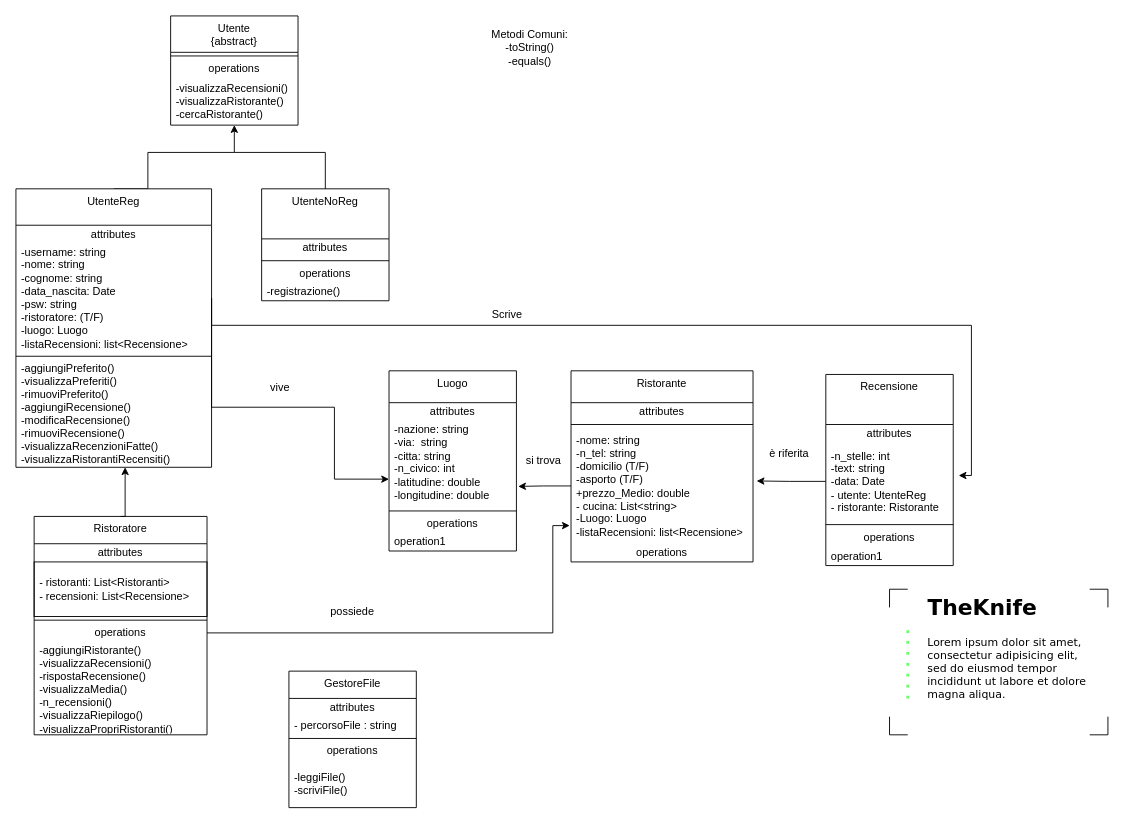
Earlier version of the draw.io diagram doc/UML.drawio (Tommaso-Ossuzio/TheKnife). Source tidied: cells renumbered, new cells numbered last; positions are measured from the earlier drawing's top-left corner, leaving out a move shared by most shapes. Both pictures are drawn from the tidied source at 91%, with x=0, y=0 at pixel (15, 15).
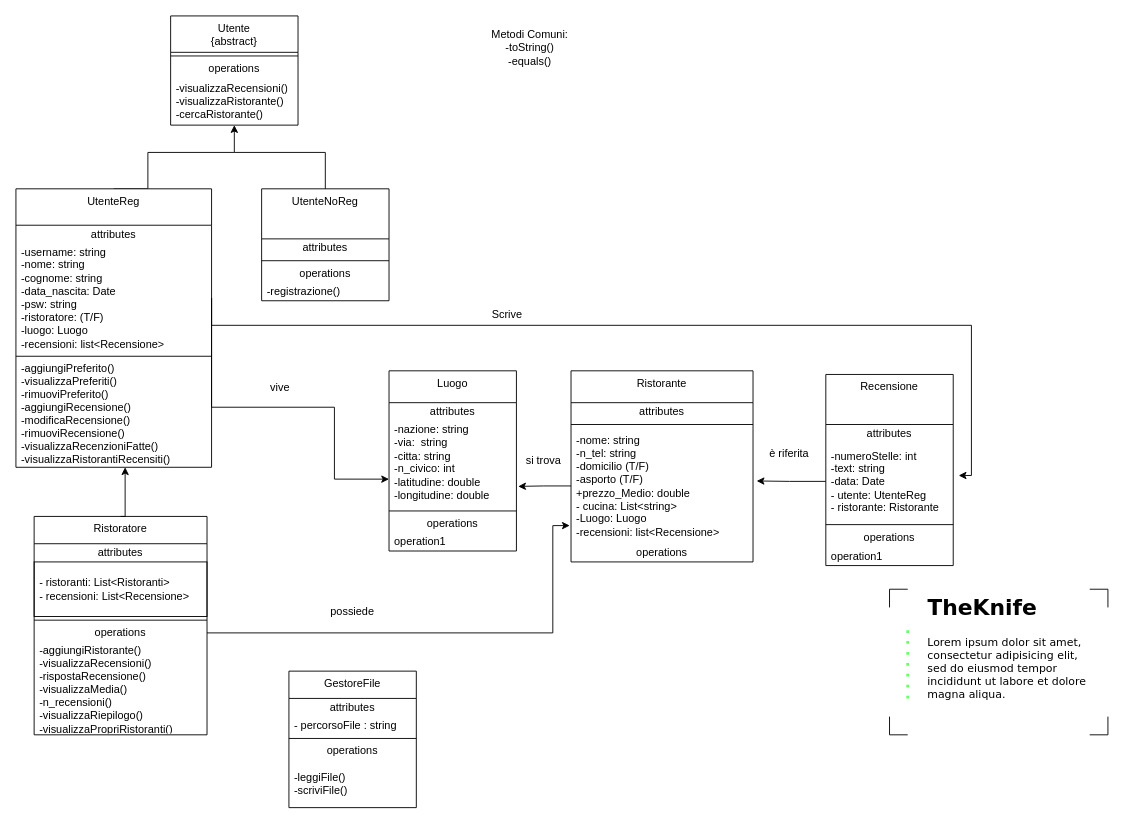
The same page after the edit.

Commit message (it also covers changes not shown here):
Implementazione metodi modificaRecensioni(), visualizzaRecensioni(),rimuoviRecensioni(),aggiungiRecensione(), creazione classe ristoratore

The change refers to these unchanged cells:
```xml
<mxCell id="9" value="Ristorante" style="swimlane;fontStyle=0;align=center;verticalAlign=top;horizontal=1;startSize=35;html=1;whiteSpace=wrap;" parent="1" vertex="1">
  <mxGeometry x="610" y="390" width="200" height="210" as="geometry" />
</mxCell>
<mxCell id="20" value="Recensione" style="swimlane;fontStyle=0;align=center;verticalAlign=top;horizontal=1;startSize=55;html=1;whiteSpace=wrap;" parent="1" vertex="1">
  <mxGeometry x="890" y="394" width="140" height="210" as="geometry" />
</mxCell>
<mxCell id="31" value="UtenteReg" style="swimlane;fontStyle=0;align=center;verticalAlign=top;horizontal=1;startSize=40;html=1;whiteSpace=wrap;" parent="1" vertex="1">
  <mxGeometry y="190" width="215" height="306" as="geometry" />
</mxCell>
```

Diff of the diagram source:
```diff
@@
-    <mxCell id="12" value="&lt;span style=&quot;background-color: transparent;&quot;&gt;-nome: string&lt;/span&gt;&lt;br&gt;&lt;div&gt;&lt;div&gt;-n_tel: string&lt;/div&gt;&lt;div&gt;-domicilio (T/F)&lt;/div&gt;&lt;div&gt;&lt;span style=&quot;background-color: transparent; color: light-dark(rgb(0, 0, 0), rgb(255, 255, 255));&quot;&gt;-asporto&amp;nbsp;&lt;/span&gt;&lt;span style=&quot;background-color: transparent; color: light-dark(rgb(0, 0, 0), rgb(255, 255, 255));&quot;&gt;(T/F)&lt;/span&gt;&lt;/div&gt;&lt;div&gt;+prezzo_Medio: double&lt;/div&gt;&lt;/div&gt;&lt;div&gt;- cucina: List&amp;lt;string&amp;gt;&lt;/div&gt;&lt;div&gt;-Luogo: Luogo&lt;/div&gt;-listaRecensioni: list&amp;lt;Recensione&amp;gt;" style="text;html=1;strokeColor=none;fillColor=none;align=left;verticalAlign=middle;spacingLeft=4;spacingRight=4;overflow=hidden;points=[[0,0.5],[1,0.5]];portConstraint=eastwest;whiteSpace=wrap;" parent="9" vertex="1">
+    <mxCell id="12" value="&lt;span style=&quot;background-color: transparent;&quot;&gt;-nome: string&lt;/span&gt;&lt;br&gt;&lt;div&gt;&lt;div&gt;-n_tel: string&lt;/div&gt;&lt;div&gt;-domicilio (T/F)&lt;/div&gt;&lt;div&gt;&lt;span style=&quot;background-color: transparent; color: light-dark(rgb(0, 0, 0), rgb(255, 255, 255));&quot;&gt;-asporto&amp;nbsp;&lt;/span&gt;&lt;span style=&quot;background-color: transparent; color: light-dark(rgb(0, 0, 0), rgb(255, 255, 255));&quot;&gt;(T/F)&lt;/span&gt;&lt;/div&gt;&lt;div&gt;+prezzo_Medio: double&lt;/div&gt;&lt;/div&gt;&lt;div&gt;- cucina: List&amp;lt;string&amp;gt;&lt;/div&gt;&lt;div&gt;-Luogo: Luogo&lt;/div&gt;-recensioni: list&amp;lt;Recensione&amp;gt;" style="text;html=1;strokeColor=none;fillColor=none;align=left;verticalAlign=middle;spacingLeft=4;spacingRight=4;overflow=hidden;points=[[0,0.5],[1,0.5]];portConstraint=eastwest;whiteSpace=wrap;" parent="9" vertex="1">
       <mxGeometry y="63" width="200" height="127" as="geometry" />
     </mxCell>
@@
-    <mxCell id="22" value="&lt;font color=&quot;#000000&quot; style=&quot;color: light-dark(rgb(0, 0, 0), rgb(255, 255, 255));&quot;&gt;-n_stelle: int&lt;/font&gt;&lt;div&gt;&lt;font color=&quot;#000000&quot; style=&quot;color: light-dark(rgb(0, 0, 0), rgb(255, 255, 255));&quot;&gt;-text: string&amp;nbsp;&lt;/font&gt;&lt;/div&gt;&lt;div&gt;&lt;font color=&quot;#000000&quot; style=&quot;color: light-dark(rgb(0, 0, 0), rgb(255, 255, 255));&quot;&gt;-data: Date&lt;/font&gt;&lt;/div&gt;&lt;div&gt;&lt;font color=&quot;#000000&quot; style=&quot;color: light-dark(rgb(0, 0, 0), rgb(255, 255, 255));&quot;&gt;- utente: UtenteReg&lt;/font&gt;&lt;/div&gt;&lt;div&gt;&lt;font color=&quot;#000000&quot; style=&quot;color: light-dark(rgb(0, 0, 0), rgb(255, 255, 255));&quot;&gt;- ristorante: Ristorante&lt;/font&gt;&lt;/div&gt;" style="text;html=1;strokeColor=light-dark(transparent,#FFFFFF);fillColor=none;align=left;verticalAlign=middle;spacingLeft=4;spacingRight=4;overflow=hidden;points=[[0,0.5],[1,0.5]];portConstraint=eastwest;fontColor=#808080;whiteSpace=wrap;" parent="20" vertex="1">
+    <mxCell id="22" value="&lt;font color=&quot;#000000&quot; style=&quot;color: light-dark(rgb(0, 0, 0), rgb(255, 255, 255));&quot;&gt;-numeroStelle: int&lt;/font&gt;&lt;div&gt;&lt;font color=&quot;#000000&quot; style=&quot;color: light-dark(rgb(0, 0, 0), rgb(255, 255, 255));&quot;&gt;-text: string&amp;nbsp;&lt;/font&gt;&lt;/div&gt;&lt;div&gt;&lt;font color=&quot;#000000&quot; style=&quot;color: light-dark(rgb(0, 0, 0), rgb(255, 255, 255));&quot;&gt;-data: Date&lt;/font&gt;&lt;/div&gt;&lt;div&gt;&lt;font color=&quot;#000000&quot; style=&quot;color: light-dark(rgb(0, 0, 0), rgb(255, 255, 255));&quot;&gt;- utente: UtenteReg&lt;/font&gt;&lt;/div&gt;&lt;div&gt;&lt;font color=&quot;#000000&quot; style=&quot;color: light-dark(rgb(0, 0, 0), rgb(255, 255, 255));&quot;&gt;- ristorante: Ristorante&lt;/font&gt;&lt;/div&gt;" style="text;html=1;strokeColor=light-dark(transparent,#FFFFFF);fillColor=none;align=left;verticalAlign=middle;spacingLeft=4;spacingRight=4;overflow=hidden;points=[[0,0.5],[1,0.5]];portConstraint=eastwest;fontColor=#808080;whiteSpace=wrap;" parent="20" vertex="1">
       <mxGeometry y="75" width="140" height="85" as="geometry" />
     </mxCell>
@@
-    <mxCell id="33" value="&lt;div&gt;&lt;span style=&quot;color: light-dark(rgb(0, 0, 0), rgb(255, 255, 255)); background-color: transparent;&quot;&gt;-username: string&lt;/span&gt;&lt;/div&gt;&lt;div&gt;&lt;span style=&quot;color: light-dark(rgb(0, 0, 0), rgb(255, 255, 255)); background-color: transparent;&quot;&gt;-nome: string&lt;/span&gt;&lt;/div&gt;&lt;div style=&quot;&quot;&gt;&lt;font style=&quot;color: light-dark(rgb(0, 0, 0), rgb(255, 255, 255));&quot;&gt;-cognome: string&lt;/font&gt;&lt;/div&gt;&lt;div style=&quot;&quot;&gt;&lt;font style=&quot;color: light-dark(rgb(0, 0, 0), rgb(255, 255, 255));&quot;&gt;-data_nascita: Date&lt;/font&gt;&lt;/div&gt;&lt;div style=&quot;&quot;&gt;&lt;font style=&quot;color: light-dark(rgb(0, 0, 0), rgb(255, 255, 255));&quot;&gt;-psw: string&lt;/font&gt;&lt;/div&gt;&lt;div style=&quot;&quot;&gt;&lt;font style=&quot;color: light-dark(rgb(0, 0, 0), rgb(255, 255, 255));&quot;&gt;-ristoratore: (T/F)&lt;/font&gt;&lt;/div&gt;&lt;div style=&quot;&quot;&gt;&lt;font style=&quot;&quot;&gt;-luogo: Luogo&lt;font color=&quot;#7f7f7f&quot;&gt;&amp;nbsp;&lt;/font&gt;&lt;/font&gt;&lt;/div&gt;&lt;div style=&quot;&quot;&gt;&lt;font style=&quot;&quot;&gt;-listaRecensioni: list&amp;lt;Recensione&amp;gt;&lt;/font&gt;&lt;/div&gt;" style="text;html=1;strokeColor=none;fillColor=none;align=left;verticalAlign=middle;spacingLeft=4;spacingRight=4;overflow=hidden;points=[[0,0.5],[1,0.5]];portConstraint=eastwest;whiteSpace=wrap;" parent="31" vertex="1">
+    <mxCell id="33" value="&lt;div&gt;&lt;span style=&quot;color: light-dark(rgb(0, 0, 0), rgb(255, 255, 255)); background-color: transparent;&quot;&gt;-username: string&lt;/span&gt;&lt;/div&gt;&lt;div&gt;&lt;span style=&quot;color: light-dark(rgb(0, 0, 0), rgb(255, 255, 255)); background-color: transparent;&quot;&gt;-nome: string&lt;/span&gt;&lt;/div&gt;&lt;div style=&quot;&quot;&gt;&lt;font style=&quot;color: light-dark(rgb(0, 0, 0), rgb(255, 255, 255));&quot;&gt;-cognome: string&lt;/font&gt;&lt;/div&gt;&lt;div style=&quot;&quot;&gt;&lt;font style=&quot;color: light-dark(rgb(0, 0, 0), rgb(255, 255, 255));&quot;&gt;-data_nascita: Date&lt;/font&gt;&lt;/div&gt;&lt;div style=&quot;&quot;&gt;&lt;font style=&quot;color: light-dark(rgb(0, 0, 0), rgb(255, 255, 255));&quot;&gt;-psw: string&lt;/font&gt;&lt;/div&gt;&lt;div style=&quot;&quot;&gt;&lt;font style=&quot;color: light-dark(rgb(0, 0, 0), rgb(255, 255, 255));&quot;&gt;-ristoratore: (T/F)&lt;/font&gt;&lt;/div&gt;&lt;div style=&quot;&quot;&gt;&lt;font style=&quot;&quot;&gt;-luogo: Luogo&lt;font color=&quot;#7f7f7f&quot;&gt;&amp;nbsp;&lt;/font&gt;&lt;/font&gt;&lt;/div&gt;&lt;div style=&quot;&quot;&gt;&lt;font style=&quot;&quot;&gt;-recensioni: list&amp;lt;Recensione&amp;gt;&lt;/font&gt;&lt;/div&gt;" style="text;html=1;strokeColor=none;fillColor=none;align=left;verticalAlign=middle;spacingLeft=4;spacingRight=4;overflow=hidden;points=[[0,0.5],[1,0.5]];portConstraint=eastwest;whiteSpace=wrap;" parent="31" vertex="1">
       <mxGeometry y="60" width="215" height="120" as="geometry" />
     </mxCell>
```
